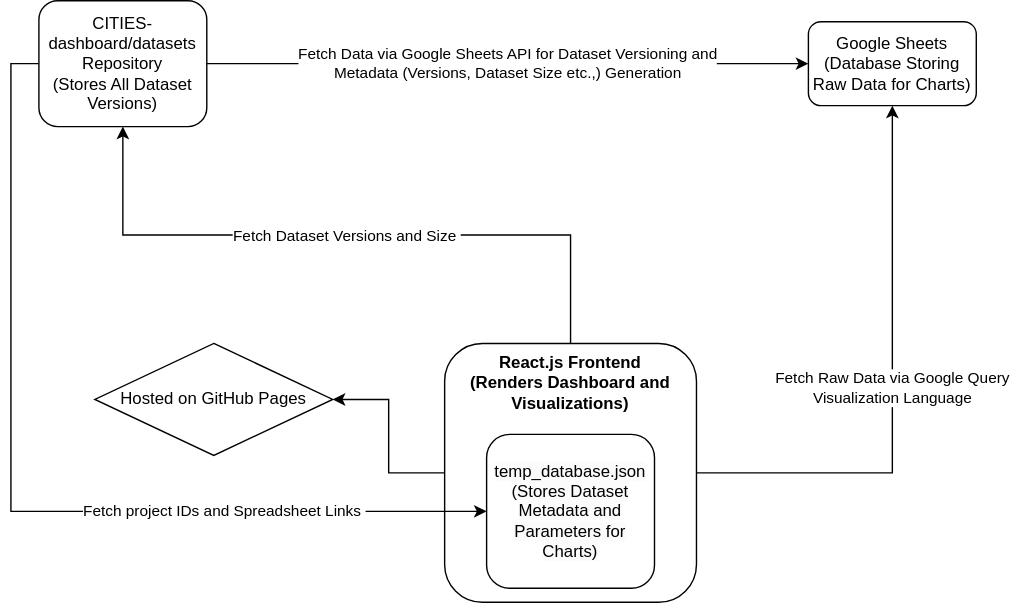
Before: documentation/architecture-overview.svg, a diagram exported from draw.io (CITIES-Dashboard/citiesdashboard.com). Source tidied: cells renumbered, new cells last; positions are measured from the earlier drawing's top-left corner, leaving out a move shared by most shapes. Source of this version:
```xml
<mxGraphModel>
  <root>
    <mxCell id="0" />
    <mxCell id="1" parent="0" />
    <mxCell id="2" style="edgeStyle=orthogonalEdgeStyle;rounded=0;jettySize=auto;html=1;exitX=0;exitY=0.5;exitDx=0;exitDy=0;" parent="1" edge="1" source="5" target="6">
      <mxGeometry relative="1" as="geometry" />
    </mxCell>
    <mxCell id="3" value="Fetch Raw Data via Google Query &lt;br&gt;Visualization Language" style="edgeStyle=orthogonalEdgeStyle;rounded=0;jettySize=auto;html=1;exitX=1;exitY=0.5;exitDx=0;exitDy=0;entryX=0.5;entryY=1;entryDx=0;entryDy=0;" parent="1" edge="1" source="5" target="7">
      <mxGeometry relative="1" as="geometry" />
    </mxCell>
    <mxCell id="4" value="Fetch Dataset Versions and Size&amp;nbsp;" style="edgeStyle=orthogonalEdgeStyle;rounded=0;jettySize=auto;html=1;exitX=0.5;exitY=0;exitDx=0;exitDy=0;entryX=0.5;entryY=1;entryDx=0;entryDy=0;" parent="1" edge="1" source="5" target="11">
      <mxGeometry relative="1" as="geometry" />
    </mxCell>
    <mxCell id="5" value="&lt;b&gt;React.js Frontend&lt;br&gt;(Renders Dashboard and Visualizations)&lt;/b&gt;" style="rounded=1;whiteSpace=wrap;html=1;fontSize=12;glass=0;strokeWidth=1;shadow=0;verticalAlign=top;" parent="1" vertex="1">
      <mxGeometry x="290" y="245" width="180" height="185" as="geometry" />
    </mxCell>
    <mxCell id="6" value="Hosted on GitHub Pages" style="rhombus;whiteSpace=wrap;html=1;" parent="1" vertex="1">
      <mxGeometry x="40" y="245" width="170" height="80" as="geometry" />
    </mxCell>
    <mxCell id="7" value="Google Sheets (Database Storing Raw Data for Charts)" style="rounded=1;whiteSpace=wrap;html=1;" parent="1" vertex="1">
      <mxGeometry x="550" y="15" width="120" height="60" as="geometry" />
    </mxCell>
    <mxCell id="8" value="&lt;span style=&quot;color: rgb(0, 0, 0); font-family: Helvetica; font-size: 12px; font-style: normal; font-variant-ligatures: normal; font-variant-caps: normal; font-weight: 400; letter-spacing: normal; orphans: 2; text-align: center; text-indent: 0px; text-transform: none; widows: 2; word-spacing: 0px; -webkit-text-stroke-width: 0px; background-color: rgb(251, 251, 251); text-decoration-thickness: initial; text-decoration-style: initial; text-decoration-color: initial; float: none; display: inline !important;&quot;&gt;temp_database.json (Stores Dataset Metadata and Parameters for Charts)&lt;/span&gt;" style="rounded=1;whiteSpace=wrap;html=1;" parent="1" vertex="1">
      <mxGeometry x="320" y="310" width="120" height="110" as="geometry" />
    </mxCell>
    <mxCell id="9" value="Fetch Data via Google Sheets API for Dataset Versioning and &lt;br&gt;Metadata (Versions, Dataset Size etc.,) Generation" style="edgeStyle=orthogonalEdgeStyle;rounded=0;jettySize=auto;html=1;entryX=0;entryY=0.5;entryDx=0;entryDy=0;" parent="1" edge="1" source="11" target="7">
      <mxGeometry relative="1" as="geometry" />
    </mxCell>
    <mxCell id="10" value="Fetch project IDs and Spreadsheet Links&amp;nbsp;" style="edgeStyle=orthogonalEdgeStyle;rounded=0;jettySize=auto;html=1;exitX=0;exitY=0.5;exitDx=0;exitDy=0;entryX=0;entryY=0.5;entryDx=0;entryDy=0;align=left;" parent="1" edge="1" source="11" target="8">
      <mxGeometry x="0.15" relative="1" as="geometry" />
    </mxCell>
    <mxCell id="11" value="CITIES-dashboard/datasets Repository&lt;br&gt;(Stores All Dataset Versions)" style="rounded=1;whiteSpace=wrap;html=1;" parent="1" vertex="1">
      <mxGeometry width="120" height="90" as="geometry" />
    </mxCell>
  </root>
</mxGraphModel>
```
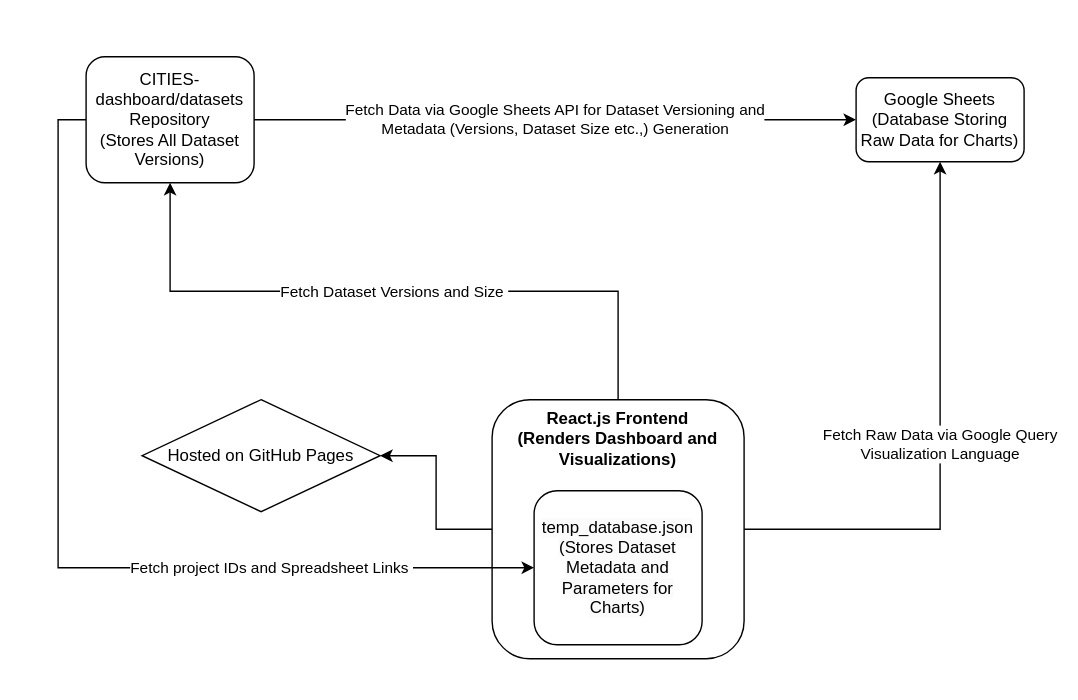
After the commit.

Commit message:
added architecture overview to main readme

What changed in the source:
```diff
@@ -2,6 +2,9 @@
   <root>
     <mxCell id="0" />
     <mxCell id="1" parent="0" />
+    <mxCell id="12" style="rounded=0;whiteSpace=wrap;html=1;strokeColor=none;" parent="1" vertex="1">
+      <mxGeometry x="-61" y="-40" width="770" height="500" as="geometry" />
+    </mxCell>
     <mxCell id="2" style="edgeStyle=orthogonalEdgeStyle;rounded=0;jettySize=auto;html=1;exitX=0;exitY=0.5;exitDx=0;exitDy=0;" parent="1" edge="1" source="5" target="6">
       <mxGeometry relative="1" as="geometry" />
     </mxCell>
```
